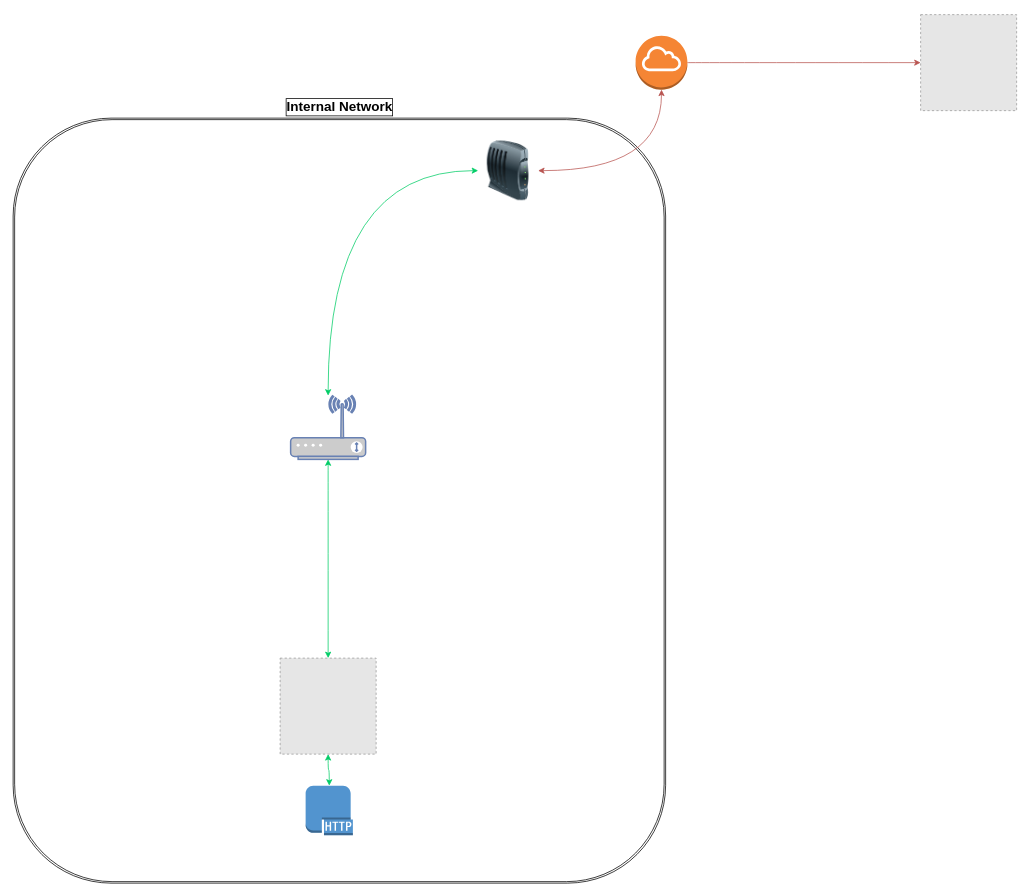
Above: README.assets/FlowChart.drawio in umsSubProject/IoT (draw.io), before the change. Source tidied: cells renumbered, new cells numbered last; positions are measured from the earlier drawing's top-left corner, leaving out a move shared by most shapes. Both pictures are drawn from the tidied source at 75%, with x=0, y=0 at pixel (13, 14). Pictures stored in the file or linked from it are replaced by grey dashed boxes.
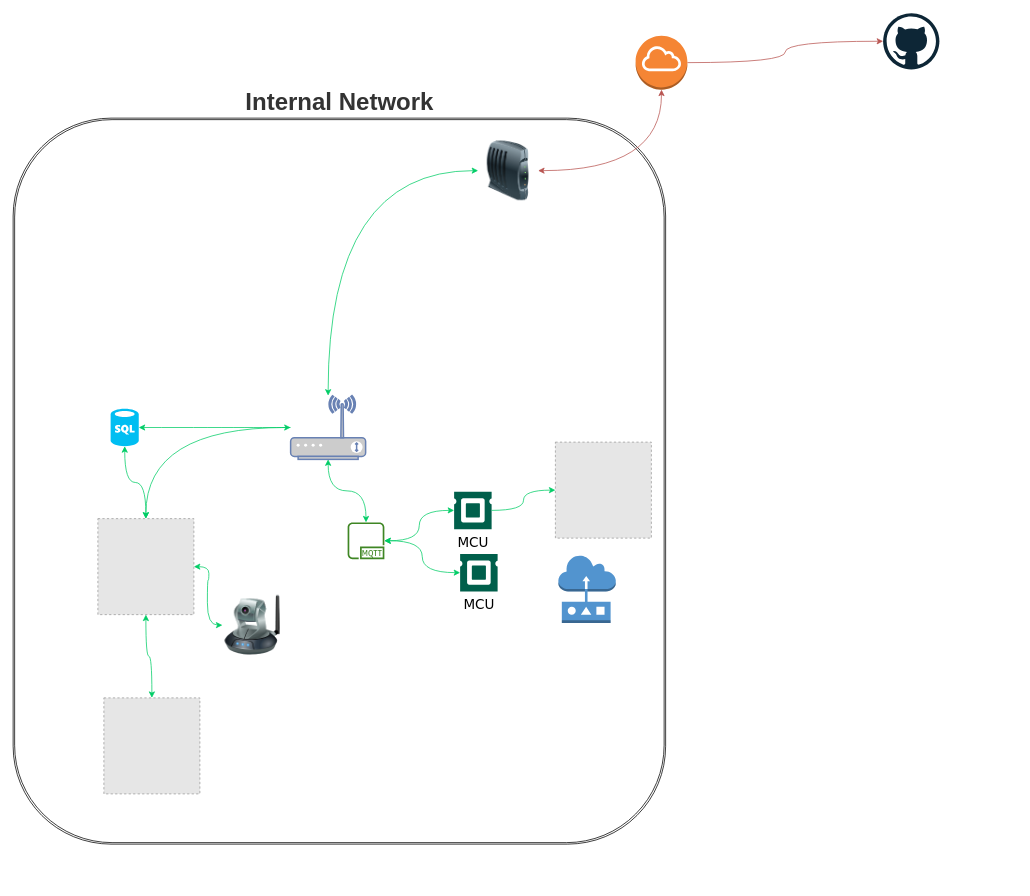
After the change.

Commit message:
update mcu,camera, light

The edit, as a diff of the source:
```diff
@@
-    <mxCell id="2" value="Internal Network" style="shape=ext;double=1;rounded=1;gradientDirection=radial;shadow=0;glass=0;sketch=0;fillColor=none;verticalAlign=bottom;fontSize=18;fontStyle=1;horizontal=1;labelPosition=center;verticalLabelPosition=top;align=center;labelBackgroundColor=none;labelBorderColor=default;html=1;spacingTop=0;" parent="1" vertex="1">
-      <mxGeometry y="138" width="870" height="1020" as="geometry" />
+    <mxCell id="2" value="Internal Network" style="shape=ext;double=1;rounded=1;gradientDirection=radial;shadow=0;glass=0;fillColor=none;verticalAlign=bottom;fontSize=32;fontStyle=1;horizontal=1;labelPosition=center;verticalLabelPosition=top;align=center;labelBackgroundColor=none;labelBorderColor=none;html=1;spacingTop=0;fontColor=#333333;" parent="1" vertex="1">
+      <mxGeometry y="138" width="870" height="968" as="geometry" />
     </mxCell>
-    <mxCell id="3" style="edgeStyle=orthogonalEdgeStyle;rounded=0;jettySize=auto;html=1;curved=1;startArrow=classic;startFill=1;strokeColor=#00CC66;" parent="1" edge="1" source="4" target="10">
+    <mxCell id="3" style="edgeStyle=orthogonalEdgeStyle;rounded=1;jettySize=auto;html=1;curved=1;startArrow=classic;startFill=1;strokeColor=#00CC66;" parent="1" edge="1" source="4" target="10">
       <mxGeometry relative="1" as="geometry" />
     </mxCell>
+    <mxCell id="14" style="edgeStyle=orthogonalEdgeStyle;curved=1;rounded=1;jettySize=auto;html=1;fontSize=18;startArrow=none;startFill=0;strokeColor=#00CC66;elbow=vertical;" parent="1" edge="1" source="4" target="17">
+      <mxGeometry relative="1" as="geometry" />
+    </mxCell>
-    <mxCell id="4" style="fontColor=#0066CC;verticalAlign=top;verticalLabelPosition=bottom;labelPosition=center;align=center;html=1;outlineConnect=0;fillColor=#CCCCCC;strokeColor=#6881B3;gradientColor=none;gradientDirection=north;strokeWidth=2;shape=mxgraph.networks.wireless_modem;" parent="1" vertex="1">
+    <mxCell id="4" style="fontColor=#0066CC;verticalAlign=top;verticalLabelPosition=bottom;labelPosition=center;align=center;html=1;outlineConnect=0;fillColor=#CCCCCC;strokeColor=#6881B3;gradientColor=none;gradientDirection=north;strokeWidth=2;shape=mxgraph.networks.wireless_modem;rounded=1;" parent="1" vertex="1">
       <mxGeometry x="370" y="508" width="100" height="85" as="geometry" />
     </mxCell>
-    <mxCell id="5" style="edgeStyle=orthogonalEdgeStyle;rounded=0;jettySize=auto;html=1;elbow=vertical;fillColor=#f8cecc;strokeColor=#b85450;curved=1;startArrow=classic;startFill=1;" parent="1" edge="1" source="7" target="9">
+    <mxCell id="5" style="edgeStyle=orthogonalEdgeStyle;rounded=1;jettySize=auto;html=1;elbow=vertical;fillColor=#f8cecc;strokeColor=#b85450;curved=1;startArrow=classic;startFill=1;" parent="1" edge="1" source="7" target="9">
       <mxGeometry relative="1" as="geometry" />
     </mxCell>
-    <mxCell id="6" style="edgeStyle=orthogonalEdgeStyle;rounded=0;jettySize=auto;html=1;curved=1;startArrow=classic;startFill=1;strokeColor=#00CC66;" parent="1" edge="1" source="7" target="4">
+    <mxCell id="6" style="edgeStyle=orthogonalEdgeStyle;rounded=1;jettySize=auto;html=1;curved=1;startArrow=classic;startFill=1;strokeColor=#00CC66;" parent="1" edge="1" source="7" target="4">
       <mxGeometry relative="1" as="geometry" />
     </mxCell>
-    <mxCell id="7" style="image;html=1;image=img/lib/clip_art/networking/Modem_128x128.png;" parent="1" vertex="1">
+    <mxCell id="7" style="image;html=1;image=img/lib/clip_art/networking/Modem_128x128.png;rounded=1;" parent="1" vertex="1">
       <mxGeometry x="620" y="168" width="80" height="80" as="geometry" />
     </mxCell>
-    <mxCell id="8" style="edgeStyle=orthogonalEdgeStyle;curved=1;rounded=0;jettySize=auto;html=1;fontSize=11;startArrow=none;startFill=0;elbow=vertical;strokeColor=#b85450;fillColor=#f8cecc;" parent="1" edge="1" source="9" target="11">
+    <mxCell id="8" style="edgeStyle=orthogonalEdgeStyle;curved=1;rounded=1;jettySize=auto;html=1;fontSize=11;startArrow=none;startFill=0;elbow=vertical;strokeColor=#b85450;fillColor=#f8cecc;" parent="1" edge="1" source="9" target="18">
       <mxGeometry relative="1" as="geometry" />
     </mxCell>
-    <mxCell id="9" style="outlineConnect=0;dashed=0;verticalLabelPosition=bottom;verticalAlign=top;align=center;html=1;shape=mxgraph.aws3.internet_gateway;fillColor=#F58534;gradientColor=none;" parent="1" vertex="1">
+    <mxCell id="9" style="outlineConnect=0;dashed=0;verticalLabelPosition=bottom;verticalAlign=top;align=center;html=1;shape=mxgraph.aws3.internet_gateway;fillColor=#F58534;gradientColor=none;rounded=1;" parent="1" vertex="1">
       <mxGeometry x="830" y="28" width="69" height="72" as="geometry" />
     </mxCell>
+    <mxCell id="15" style="edgeStyle=orthogonalEdgeStyle;rounded=1;jettySize=auto;html=1;fontFamily=Verdana;fontSize=32;fontColor=#333333;startArrow=classic;startFill=1;endArrow=classic;endFill=1;strokeColor=#00CC66;elbow=vertical;curved=1;" parent="1" edge="1" source="10" target="17">
+      <mxGeometry relative="1" as="geometry" />
+    </mxCell>
     <mxCell id="10" style="fillColor=#E6E6E6;strokeColor=#999999;dashed=1;html=1;verticalAlign=top;verticalLabelPosition=bottom;labelBackgroundColor=#ffffff;" parent="1" vertex="1">
-      <mxGeometry x="356" y="858" width="128" height="128" as="geometry" />
+      <mxGeometry x="113" y="672" width="128" height="128" as="geometry" />
     </mxCell>
-    <mxCell id="11" style="fillColor=#E6E6E6;strokeColor=#999999;dashed=1;html=1;verticalAlign=top;verticalLabelPosition=bottom;labelBackgroundColor=#ffffff;fontSize=18;" parent="1" vertex="1">
-      <mxGeometry x="1210" width="128" height="128" as="geometry" />
-    </mxCell>
-    <mxCell id="12" style="edgeStyle=orthogonalEdgeStyle;curved=1;rounded=0;jettySize=auto;html=1;fontSize=18;startArrow=classic;startFill=1;strokeColor=#00CC66;elbow=vertical;" parent="1" edge="1" source="13" target="10">
+    <mxCell id="12" style="edgeStyle=orthogonalEdgeStyle;curved=1;rounded=1;jettySize=auto;html=1;fontSize=18;startArrow=classic;startFill=1;strokeColor=#00CC66;elbow=vertical;" parent="1" edge="1" source="16" target="10">
       <mxGeometry relative="1" as="geometry" />
     </mxCell>
-    <mxCell id="13" style="outlineConnect=0;dashed=0;verticalLabelPosition=bottom;verticalAlign=top;align=center;html=1;shape=mxgraph.aws3.http_protocol;fillColor=#5294CF;gradientColor=none;shadow=0;glass=0;labelBackgroundColor=none;labelBorderColor=default;sketch=0;fontSize=18;" parent="1" vertex="1">
-      <mxGeometry x="390" y="1028" width="63" height="66" as="geometry" />
-    </mxCell>
+    <mxCell id="16" style="fillColor=#E6E6E6;strokeColor=#999999;dashed=1;html=1;verticalAlign=top;verticalLabelPosition=bottom;labelBackgroundColor=#ffffff;fontSize=18;" parent="1" vertex="1">
+      <mxGeometry x="121" y="911" width="128" height="128" as="geometry" />
+    </mxCell>
+    <mxCell id="17" style="verticalLabelPosition=bottom;html=1;verticalAlign=top;align=center;strokeColor=none;fillColor=#00BEF2;shape=mxgraph.azure.sql_database;shadow=0;glass=0;labelBackgroundColor=none;labelBorderColor=default;fontSize=18;rounded=1;" parent="1" vertex="1">
+      <mxGeometry x="130" y="525.5" width="37.5" height="50" as="geometry" />
+    </mxCell>
+    <mxCell id="18" style="dashed=0;outlineConnect=0;html=1;align=center;labelPosition=center;verticalLabelPosition=bottom;verticalAlign=top;shape=mxgraph.weblogos.github;shadow=0;glass=0;labelBackgroundColor=none;labelBorderColor=default;fontSize=18;strokeWidth=1;fillColor=none;gradientColor=#00FFFF;gradientDirection=radial;rounded=1;" parent="1" vertex="1">
+      <mxGeometry x="1160" y="-2" width="75" height="75" as="geometry" />
+    </mxCell>
+    <mxCell id="19" style="edgeStyle=orthogonalEdgeStyle;curved=1;rounded=1;jettySize=auto;html=1;fontFamily=Verdana;fontSize=32;fontColor=#333333;startArrow=classic;startFill=1;endArrow=classic;endFill=1;strokeColor=#00CC66;elbow=vertical;" parent="1" edge="1" source="20" target="29">
+      <mxGeometry relative="1" as="geometry" />
+    </mxCell>
+    <mxCell id="20" value="MCU" style="shadow=0;dashed=0;html=1;strokeColor=none;fillColor=#005F4B;labelPosition=center;verticalLabelPosition=bottom;verticalAlign=top;align=center;outlineConnect=0;shape=mxgraph.veeam2.cpu;glass=0;labelBackgroundColor=none;labelBorderColor=none;fontSize=18;fontFamily=Verdana;rounded=1;" parent="1" vertex="1">
+      <mxGeometry x="588" y="636" width="50" height="50" as="geometry" />
+    </mxCell>
+    <mxCell id="21" style="edgeStyle=orthogonalEdgeStyle;curved=1;rounded=1;jettySize=auto;html=1;fontFamily=Verdana;fontSize=32;fontColor=#333333;startArrow=classic;startFill=1;endArrow=classic;endFill=1;strokeColor=#00CC66;elbow=vertical;" parent="1" edge="1" source="22" target="29">
+      <mxGeometry relative="1" as="geometry" />
+    </mxCell>
+    <mxCell id="22" value="MCU" style="shadow=0;dashed=0;html=1;strokeColor=none;fillColor=#005F4B;labelPosition=center;verticalLabelPosition=bottom;verticalAlign=top;align=center;outlineConnect=0;shape=mxgraph.veeam2.cpu;glass=0;labelBackgroundColor=none;labelBorderColor=none;fontSize=18;fontFamily=Verdana;rounded=1;" parent="1" vertex="1">
+      <mxGeometry x="596" y="719" width="50" height="50" as="geometry" />
+    </mxCell>
+    <mxCell id="23" style="edgeStyle=orthogonalEdgeStyle;curved=1;rounded=1;jettySize=auto;html=1;fontFamily=Verdana;fontSize=32;fontColor=#333333;startArrow=classic;startFill=1;strokeColor=#00CC66;elbow=vertical;endArrow=none;endFill=0;" parent="1" edge="1" source="24" target="20">
+      <mxGeometry relative="1" as="geometry" />
+    </mxCell>
+    <mxCell id="24" style="fillColor=#E6E6E6;strokeColor=#999999;dashed=1;html=1;verticalAlign=top;verticalLabelPosition=bottom;labelBackgroundColor=#ffffff;fontFamily=Verdana;fontSize=32;fontColor=#333333;" parent="1" vertex="1">
+      <mxGeometry x="723" y="570" width="128" height="128" as="geometry" />
+    </mxCell>
+    <mxCell id="25" style="edgeStyle=orthogonalEdgeStyle;curved=1;rounded=1;jettySize=auto;html=1;fontFamily=Verdana;fontSize=32;fontColor=#333333;startArrow=classic;startFill=1;endArrow=classic;endFill=1;strokeColor=#00CC66;elbow=vertical;" parent="1" edge="1" source="26" target="10">
+      <mxGeometry relative="1" as="geometry" />
+    </mxCell>
+    <mxCell id="26" style="image;html=1;image=img/lib/clip_art/networking/Ip_Camera_128x128.png;rounded=1;shadow=0;glass=0;dashed=1;labelBackgroundColor=none;labelBorderColor=none;fontFamily=Verdana;fontSize=32;fontColor=#333333;strokeWidth=1;fillColor=none;gradientColor=#00FFFF;gradientDirection=radial;" parent="1" vertex="1">
+      <mxGeometry x="279" y="774" width="80" height="80" as="geometry" />
+    </mxCell>
+    <mxCell id="27" style="dashed=0;verticalLabelPosition=bottom;verticalAlign=top;align=center;html=1;shape=mxgraph.aws3.sensor;fillColor=#5294CF;gradientColor=none;rounded=1;shadow=0;glass=0;labelBackgroundColor=none;labelBorderColor=none;fontFamily=Verdana;fontSize=32;fontColor=#333333;strokeWidth=1;" parent="1" vertex="1">
+      <mxGeometry x="727" y="721" width="76.5" height="90" as="geometry" />
+    </mxCell>
+    <mxCell id="28" style="edgeStyle=orthogonalEdgeStyle;curved=1;rounded=1;jettySize=auto;html=1;fontFamily=Verdana;fontSize=32;fontColor=#333333;startArrow=classic;startFill=1;endArrow=classic;endFill=1;strokeColor=#00CC66;elbow=vertical;" parent="1" edge="1" source="29" target="4">
+      <mxGeometry relative="1" as="geometry" />
+    </mxCell>
+    <mxCell id="29" style="sketch=0;outlineConnect=0;fontColor=#232F3E;gradientColor=none;fillColor=#3F8624;strokeColor=none;dashed=0;verticalLabelPosition=bottom;verticalAlign=top;align=center;html=1;fontSize=12;fontStyle=0;shape=mxgraph.aws4.mqtt_protocol;rounded=1;shadow=0;glass=0;labelBackgroundColor=none;labelBorderColor=none;fontFamily=Verdana;" parent="1" vertex="1">
+      <mxGeometry x="446" y="677" width="49" height="49" as="geometry" />
+    </mxCell>
```
